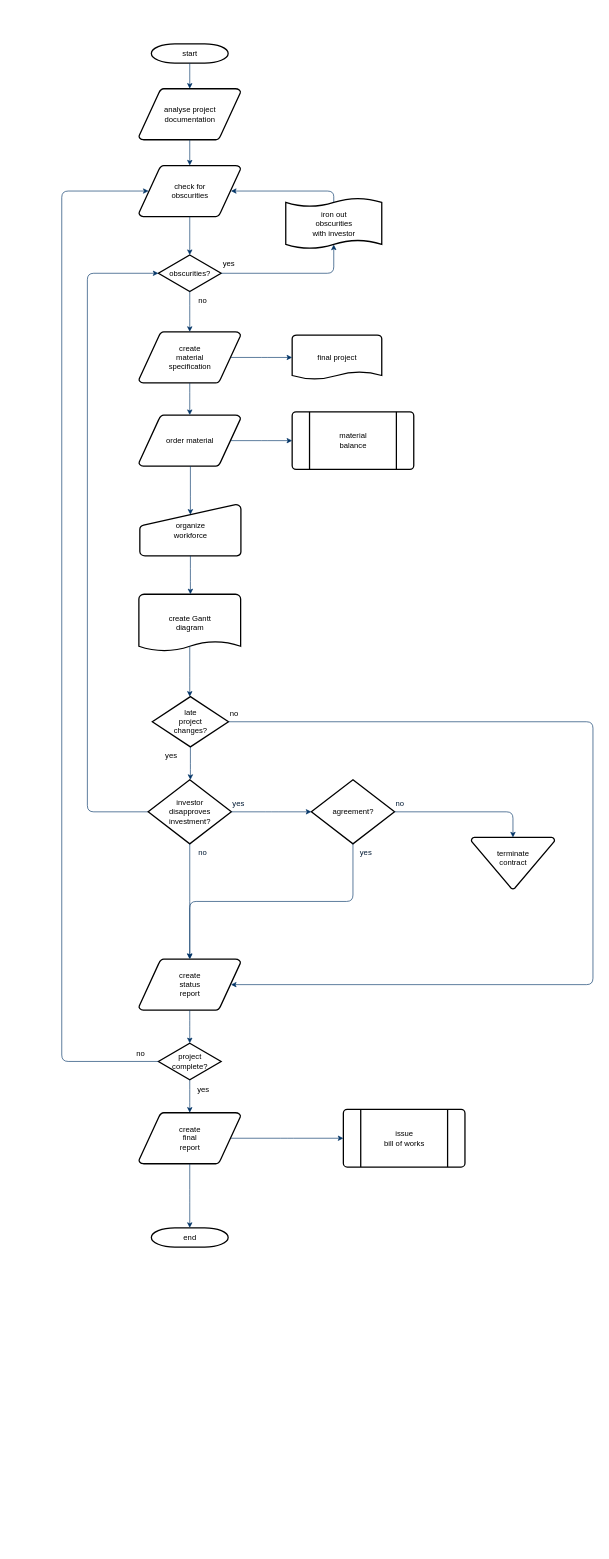
Before: Untitled Diagram.drawio in W4n1/Project3_Python, a draw.io diagram. Source tidied: cells renumbered, new cells numbered last; positions are measured from the earlier drawing's top-left corner, leaving out a move shared by most shapes. Both pictures are drawn from the tidied source at 64%, with x=0, y=0 at pixel (61, 44).
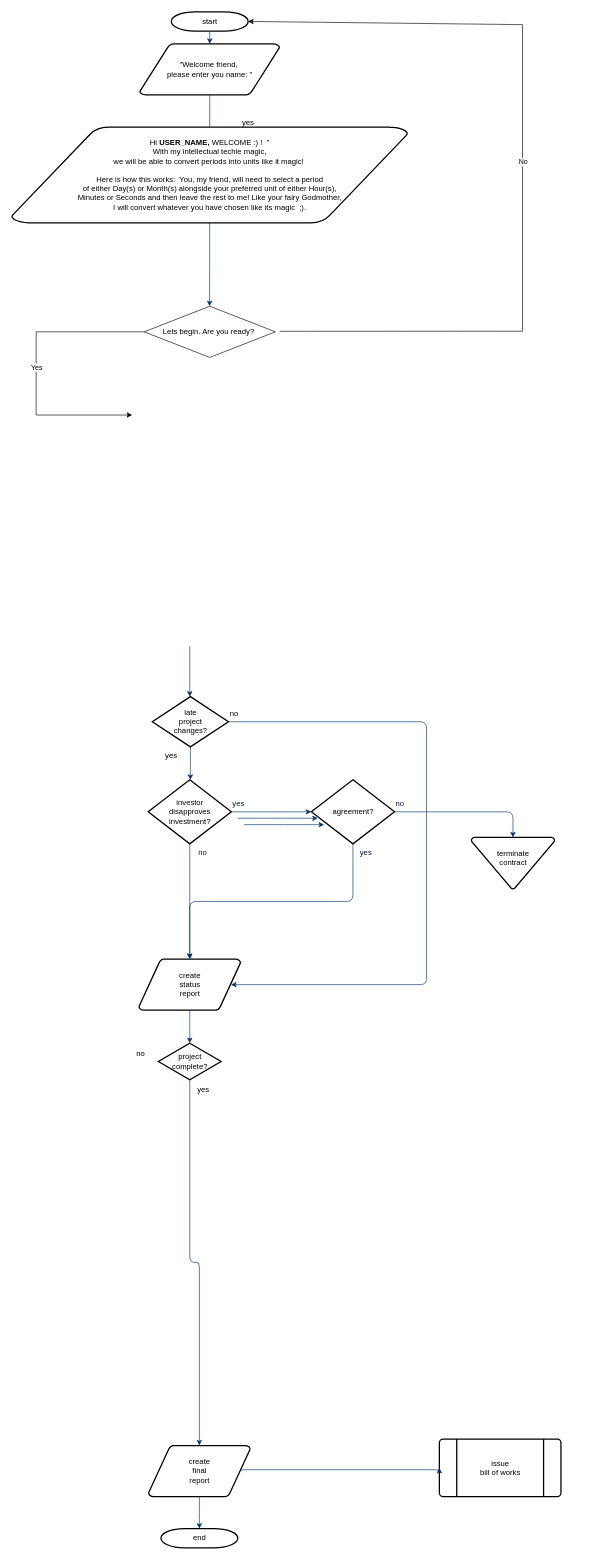
The same diagram, later.

Commit message:
Update flowchart for the  getting the users name and introducing them to the program

The change refers to these unchanged cells:
```xml
<mxCell id="24" value="late&#10;project&#10;changes?" style="shape=mxgraph.flowchart.decision;strokeWidth=2;gradientColor=none;gradientDirection=north;fontStyle=0;html=1;" parent="1" vertex="1">
  <mxGeometry x="141.5" y="1020" width="119" height="78.5" as="geometry" />
</mxCell>
<mxCell id="28" value="investor&#10;disapproves&#10; investment?" style="shape=mxgraph.flowchart.decision;strokeWidth=2;gradientColor=none;gradientDirection=north;fontStyle=0;html=1;" parent="1" vertex="1">
  <mxGeometry x="135" y="1150" width="130" height="100" as="geometry" />
</mxCell>
<mxCell id="34" value="create&#10;status&#10;report" style="shape=mxgraph.flowchart.data;strokeWidth=2;gradientColor=none;gradientDirection=north;fontStyle=0;html=1;" parent="1" vertex="1">
  <mxGeometry x="120.5" y="1430" width="159" height="80" as="geometry" />
</mxCell>
<mxCell id="37" value="project&#10;complete?" style="shape=mxgraph.flowchart.decision;strokeWidth=2;gradientColor=none;gradientDirection=north;fontStyle=0;html=1;" parent="1" vertex="1">
  <mxGeometry x="151" y="1561.5" width="98" height="57" as="geometry" />
</mxCell>
```

What changed in the source:
```diff
@@
     <mxCell id="2" value="start" style="shape=mxgraph.flowchart.terminator;strokeWidth=2;gradientColor=none;gradientDirection=north;fontStyle=0;html=1;" parent="1" vertex="1">
-      <mxGeometry x="140" width="120" height="30" as="geometry" />
+      <mxGeometry x="171.2" y="-50" width="120" height="30" as="geometry" />
     </mxCell>
-    <mxCell id="3" value="analyse project&#10; documentation" style="shape=mxgraph.flowchart.data;strokeWidth=2;gradientColor=none;gradientDirection=north;fontStyle=0;html=1;" parent="1" vertex="1">
-      <mxGeometry x="120.5" y="70" width="159" height="80" as="geometry" />
+    <mxCell id="3" value="&quot;Welcome friend,&amp;nbsp;&lt;br&gt;please enter you name: &quot;" style="shape=mxgraph.flowchart.data;strokeWidth=2;gradientColor=none;gradientDirection=north;fontStyle=0;html=1;" parent="1" vertex="1">
+      <mxGeometry x="122" width="218.5" height="80" as="geometry" />
     </mxCell>
-    <mxCell id="4" value="create&#10;material&#10;specification" style="shape=mxgraph.flowchart.data;strokeWidth=2;gradientColor=none;gradientDirection=north;fontStyle=0;html=1;" parent="1" vertex="1">
-      <mxGeometry x="120.5" y="450" width="159" height="80" as="geometry" />
-    </mxCell>
-    <mxCell id="5" value="check for&#10;obscurities" style="shape=mxgraph.flowchart.data;strokeWidth=2;gradientColor=none;gradientDirection=north;fontStyle=0;html=1;" parent="1" vertex="1">
-      <mxGeometry x="120.5" y="190" width="159" height="80" as="geometry" />
-    </mxCell>
-    <mxCell id="6" value="obscurities?" style="shape=mxgraph.flowchart.decision;strokeWidth=2;gradientColor=none;gradientDirection=north;fontStyle=0;html=1;" parent="1" vertex="1">
-      <mxGeometry x="151" y="330" width="98" height="57" as="geometry" />
-    </mxCell>
@@
-    <mxCell id="8" style="fontStyle=1;strokeColor=#003366;strokeWidth=1;html=1;" parent="1" edge="1" source="3" target="5">
-      <mxGeometry relative="1" as="geometry" />
+    <mxCell id="8" style="fontStyle=1;strokeColor=#003366;strokeWidth=1;html=1;startArrow=none;" parent="1" edge="1" source="56">
+      <mxGeometry relative="1" as="geometry">
+        <mxPoint x="231" y="410" as="targetPoint" />
+      </mxGeometry>
     </mxCell>
-    <mxCell id="9" style="entryX=0.5;entryY=0;entryPerimeter=0;fontStyle=1;strokeColor=#003366;strokeWidth=1;html=1;" parent="1" edge="1" source="5" target="6">
-      <mxGeometry relative="1" as="geometry" />
-    </mxCell>
-    <mxCell id="10" style="edgeStyle=elbowEdgeStyle;elbow=horizontal;entryX=0.5;entryY=0.91;entryPerimeter=0;exitX=1;exitY=0.5;exitPerimeter=0;fontStyle=1;strokeColor=#003366;strokeWidth=1;html=1;" parent="1" edge="1" source="6" target="51">
-      <mxGeometry x="381" y="28.5" as="geometry">
-        <Array as="points">
-          <mxPoint x="425" y="340" />
-        </Array>
-      </mxGeometry>
-    </mxCell>
     <mxCell id="11" value="yes" style="text;fontStyle=0;html=1;strokeColor=none;gradientColor=none;fillColor=none;strokeWidth=2;" parent="1" vertex="1">
-      <mxGeometry x="250" y="330" width="40" height="26" as="geometry" />
+      <mxGeometry x="279.5" y="110" width="40" height="26" as="geometry" />
     </mxCell>
-    <mxCell id="12" style="edgeStyle=elbowEdgeStyle;elbow=horizontal;fontColor=#001933;fontStyle=1;strokeColor=#003366;strokeWidth=1;html=1;" parent="1" edge="1" source="6" target="4">
-      <mxGeometry as="geometry" />
-    </mxCell>
-    <mxCell id="13" value="order material" style="shape=mxgraph.flowchart.data;strokeWidth=2;gradientColor=none;gradientDirection=north;fontStyle=0;html=1;" parent="1" vertex="1">
-      <mxGeometry x="120.5" y="580" width="159" height="80" as="geometry" />
-    </mxCell>
-    <mxCell id="14" value="no" style="text;fontStyle=0;html=1;strokeColor=none;gradientColor=none;fillColor=none;strokeWidth=2;align=center;" parent="1" vertex="1">
-      <mxGeometry x="200" y="387" width="40" height="26" as="geometry" />
-    </mxCell>
-    <mxCell id="15" value="final project" style="shape=mxgraph.flowchart.document;strokeWidth=2;gradientColor=none;gradientDirection=north;fontStyle=0;html=1;" parent="1" vertex="1">
-      <mxGeometry x="360" y="455" width="140" height="70" as="geometry" />
-    </mxCell>
-    <mxCell id="16" style="edgeStyle=elbowEdgeStyle;elbow=horizontal;exitX=0.905;exitY=0.5;exitPerimeter=0;fontStyle=1;strokeColor=#003366;strokeWidth=1;html=1;" parent="1" edge="1" source="4" target="15">
-      <mxGeometry as="geometry" />
-    </mxCell>
-    <mxCell id="17" style="edgeStyle=elbowEdgeStyle;elbow=horizontal;fontStyle=1;strokeColor=#003366;strokeWidth=1;html=1;" parent="1" edge="1" source="4" target="13">
-      <mxGeometry as="geometry" />
-    </mxCell>
-    <mxCell id="18" value="material&#10;balance" style="shape=mxgraph.flowchart.predefined_process;strokeWidth=2;gradientColor=none;gradientDirection=north;fontStyle=0;html=1;" parent="1" vertex="1">
-      <mxGeometry x="360" y="575" width="190" height="90" as="geometry" />
-    </mxCell>
-    <mxCell id="19" style="edgeStyle=elbowEdgeStyle;elbow=horizontal;exitX=0.905;exitY=0.5;exitPerimeter=0;fontStyle=1;strokeColor=#003366;strokeWidth=1;html=1;" parent="1" edge="1" source="13" target="18">
-      <mxGeometry as="geometry" />
-    </mxCell>
-    <mxCell id="20" value="organize &#10;workforce" style="shape=mxgraph.flowchart.manual_input;strokeWidth=2;gradientColor=none;gradientDirection=north;fontStyle=0;html=1;" parent="1" vertex="1">
-      <mxGeometry x="122" y="720" width="158" height="80" as="geometry" />
-    </mxCell>
-    <mxCell id="21" style="edgeStyle=elbowEdgeStyle;elbow=horizontal;entryX=0.5;entryY=0.195;entryPerimeter=0;fontStyle=1;strokeColor=#003366;strokeWidth=1;html=1;" parent="1" edge="1" source="13" target="20">
-      <mxGeometry as="geometry" />
-    </mxCell>
-    <mxCell id="22" value="create Gantt&#10;diagram" style="shape=mxgraph.flowchart.document;strokeWidth=2;gradientColor=none;gradientDirection=north;fontStyle=0;html=1;" parent="1" vertex="1">
-      <mxGeometry x="120.5" y="860" width="159" height="90" as="geometry" />
-    </mxCell>
-    <mxCell id="23" style="edgeStyle=elbowEdgeStyle;elbow=horizontal;exitX=0.5;exitY=1;exitPerimeter=0;fontStyle=1;strokeColor=#003366;strokeWidth=1;html=1;" parent="1" edge="1" source="20" target="22">
-      <mxGeometry as="geometry" />
-    </mxCell>
@@
-    <mxCell id="25" style="edgeStyle=elbowEdgeStyle;elbow=horizontal;exitX=0.5;exitY=0.9;exitPerimeter=0;fontStyle=1;strokeColor=#003366;strokeWidth=1;html=1;" parent="1" edge="1" source="22" target="24">
-      <mxGeometry as="geometry" />
+    <mxCell id="25" style="edgeStyle=elbowEdgeStyle;elbow=horizontal;exitX=0.5;exitY=0.9;exitPerimeter=0;fontStyle=1;strokeColor=#003366;strokeWidth=1;html=1;" parent="1" edge="1" target="24">
+      <mxGeometry as="geometry">
+        <mxPoint x="200" y="941" as="sourcePoint" />
+      </mxGeometry>
     </mxCell>
-    <mxCell id="26" style="edgeStyle=elbowEdgeStyle;elbow=horizontal;exitX=0;exitY=0.5;exitPerimeter=0;entryX=0;entryY=0.5;entryPerimeter=0;fontStyle=1;strokeColor=#003366;strokeWidth=1;html=1;" parent="1" edge="1" source="28" target="6">
-      <mxGeometry as="geometry">
-        <Array as="points">
-          <mxPoint x="40" y="790" />
-        </Array>
-      </mxGeometry>
-    </mxCell>
@@
     <mxCell id="38" value="create&#10;final&#10;report" style="shape=mxgraph.flowchart.data;strokeWidth=2;gradientColor=none;gradientDirection=north;fontStyle=0;html=1;" parent="1" vertex="1">
-      <mxGeometry x="120.5" y="1670" width="159" height="80" as="geometry" />
+      <mxGeometry x="135.5" y="2190" width="159" height="80" as="geometry" />
     </mxCell>
     <mxCell id="39" value="issue&#10;bill of works" style="shape=mxgraph.flowchart.predefined_process;strokeWidth=2;gradientColor=none;gradientDirection=north;fontStyle=0;html=1;" parent="1" vertex="1">
-      <mxGeometry x="440" y="1665" width="190" height="90" as="geometry" />
+      <mxGeometry x="590" y="2180" width="190" height="90" as="geometry" />
     </mxCell>
     <mxCell id="40" value="end" style="shape=mxgraph.flowchart.terminator;strokeWidth=2;gradientColor=none;gradientDirection=north;fontStyle=0;html=1;" parent="1" vertex="1">
-      <mxGeometry x="140" y="1850" width="120" height="30" as="geometry" />
+      <mxGeometry x="155" y="2320" width="120" height="30" as="geometry" />
     </mxCell>
@@
     <mxCell id="45" style="edgeStyle=elbowEdgeStyle;elbow=horizontal;exitX=1;exitY=0.5;exitPerimeter=0;entryX=0.905;entryY=0.5;entryPerimeter=0;fontStyle=1;strokeColor=#003366;strokeWidth=1;html=1;" parent="1" edge="1" source="24" target="34">
       <mxGeometry as="geometry">
         <Array as="points">
+          <mxPoint x="570" y="890" />
+          <mxPoint x="830" y="990" />
           <mxPoint x="830" y="1260" />
         </Array>
       </mxGeometry>
     </mxCell>
@@
-    <mxCell id="51" value="iron out&#10;obscurities &#10;with investor" style="shape=mxgraph.flowchart.paper_tape;strokeWidth=2;gradientColor=none;gradientDirection=north;fontStyle=0;html=1;" parent="1" vertex="1">
-      <mxGeometry x="350" y="240" width="150" height="81" as="geometry" />
-    </mxCell>
-    <mxCell id="52" style="edgeStyle=elbowEdgeStyle;elbow=horizontal;exitX=0.5;exitY=0.09;exitPerimeter=0;entryX=0.905;entryY=0.5;entryPerimeter=0;fontStyle=1;strokeColor=#003366;strokeWidth=1;html=1;" parent="1" edge="1" source="51" target="5">
-      <mxGeometry as="geometry">
-        <Array as="points">
-          <mxPoint x="425" y="240" />
-        </Array>
-      </mxGeometry>
-    </mxCell>
@@
-    <mxCell id="54" style="edgeStyle=elbowEdgeStyle;elbow=horizontal;exitX=0;exitY=0.5;exitPerimeter=0;entryX=0.095;entryY=0.5;entryPerimeter=0;fontStyle=1;strokeColor=#003366;strokeWidth=1;html=1;" parent="1" edge="1" source="37" target="5">
-      <mxGeometry as="geometry">
-        <Array as="points">
-          <mxPoint y="910" />
-        </Array>
-      </mxGeometry>
-    </mxCell>
@@
+    <mxCell id="56" value="Hi &lt;b&gt;USER_NAME, &lt;/b&gt;WELCOME :) !&amp;nbsp; &quot;&lt;br&gt;With my intellectual techie magic, &lt;br&gt;we will be able to convert periods into units like it magic!&amp;nbsp;&lt;br&gt;&lt;br&gt;Here is how this works:&amp;nbsp; You, my friend, will need to select a period &lt;br&gt;of either Day(s) or Month(s) alongside your preferred unit of either Hour(s), &lt;br&gt;Minutes or Seconds and then leave the rest to me! Like your fairy Godmother,&lt;br&gt;&amp;nbsp;I will convert&amp;nbsp;whatever you have chosen like its magic&amp;nbsp; ;).&amp;nbsp;" style="shape=mxgraph.flowchart.data;strokeWidth=2;gradientColor=none;gradientDirection=north;fontStyle=0;html=1;" parent="1" vertex="1">
+      <mxGeometry x="-78.8" y="130" width="620" height="150" as="geometry" />
+    </mxCell>
+    <mxCell id="57" style="fontStyle=1;strokeColor=#003366;strokeWidth=1;html=1;endArrow=none;" parent="1" edge="1" source="3" target="56">
+      <mxGeometry relative="1" as="geometry" />
+    </mxCell>
+    <mxCell id="58" value="Lets begin. Are you ready?&amp;nbsp;" style="rhombus;whiteSpace=wrap;html=1;" parent="1" vertex="1">
+      <mxGeometry x="128.8" y="410" width="205" height="80" as="geometry" />
+    </mxCell>
+    <mxCell id="59" style="edgeStyle=elbowEdgeStyle;elbow=horizontal;exitX=1;exitY=0.5;exitPerimeter=0;entryX=0;entryY=0.5;entryPerimeter=0;fontStyle=1;strokeColor=#003366;strokeWidth=1;html=1;" parent="1" edge="1">
+      <mxGeometry x="10" y="10" as="geometry">
+        <mxPoint x="275" y="1210" as="sourcePoint" />
+        <mxPoint x="400" y="1210" as="targetPoint" />
+      </mxGeometry>
+    </mxCell>
+    <mxCell id="60" style="edgeStyle=elbowEdgeStyle;elbow=horizontal;exitX=1;exitY=0.5;exitPerimeter=0;entryX=0;entryY=0.5;entryPerimeter=0;fontStyle=1;strokeColor=#003366;strokeWidth=1;html=1;" parent="1" edge="1">
+      <mxGeometry x="20" y="20" as="geometry">
+        <mxPoint x="285" y="1220" as="sourcePoint" />
+        <mxPoint x="410" y="1220" as="targetPoint" />
+      </mxGeometry>
+    </mxCell>
+    <mxCell id="61" style="endArrow=classic;html=1;rounded=0;exitX=0;exitY=0.5;exitDx=0;exitDy=0;" parent="1" edge="1" source="58">
+      <mxGeometry relative="1" as="geometry">
+        <mxPoint x="110" y="580" as="targetPoint" />
+        <Array as="points">
+          <mxPoint x="-40" y="450" />
+          <mxPoint x="-40" y="580" />
+        </Array>
+      </mxGeometry>
+    </mxCell>
+    <mxCell id="62" value="Yes" style="edgeLabel;html=1;align=center;verticalAlign=middle;" parent="61" vertex="1">
+      <mxGeometry relative="1" as="geometry" />
+    </mxCell>
+    <mxCell id="63" style="endArrow=classic;html=1;rounded=0;entryX=1;entryY=0.5;entryDx=0;entryDy=0;entryPerimeter=0;" parent="1" edge="1" target="2">
+      <mxGeometry relative="1" as="geometry">
+        <mxPoint x="340.5" y="449.2" as="sourcePoint" />
+        <Array as="points">
+          <mxPoint x="720" y="449" />
+          <mxPoint x="720" y="-30" />
+        </Array>
+      </mxGeometry>
+    </mxCell>
+    <mxCell id="64" value="No" style="edgeLabel;html=1;align=center;verticalAlign=middle;" parent="63" vertex="1">
+      <mxGeometry relative="1" as="geometry" />
+    </mxCell>
```
